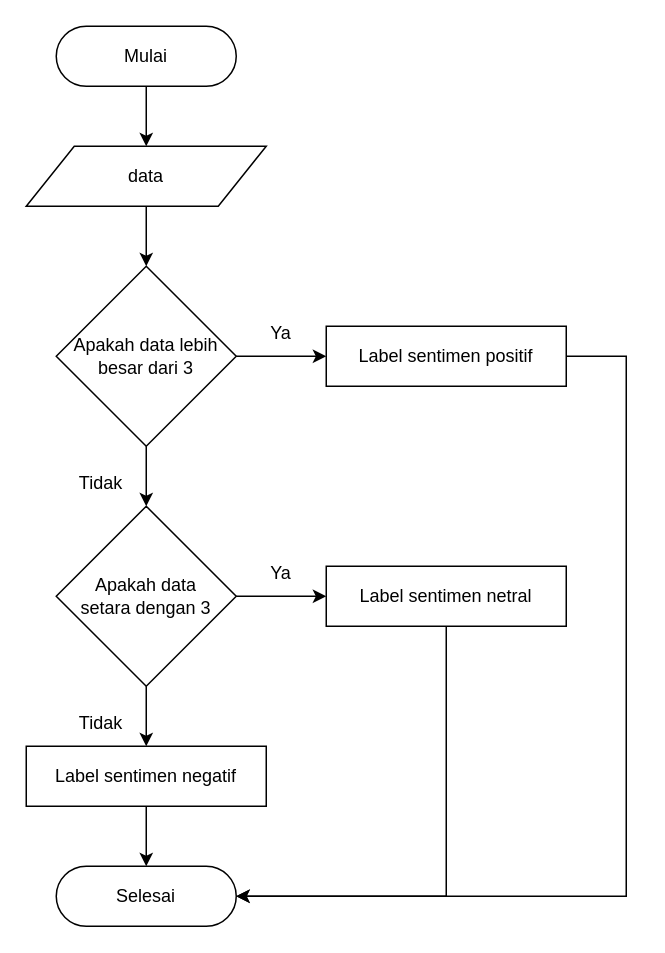
Earlier version of the draw.io diagram page "Labeling" (12 of 12) of Untitled Diagram.drawio (mksyfla/analysis-sentiment-using-svm). Source tidied: cells renumbered, new cells numbered last; positions are measured from the earlier drawing's top-left corner, leaving out a move shared by most shapes. Both pictures are drawn from the tidied source at 150%, with x=0, y=0 at pixel (26, 26).
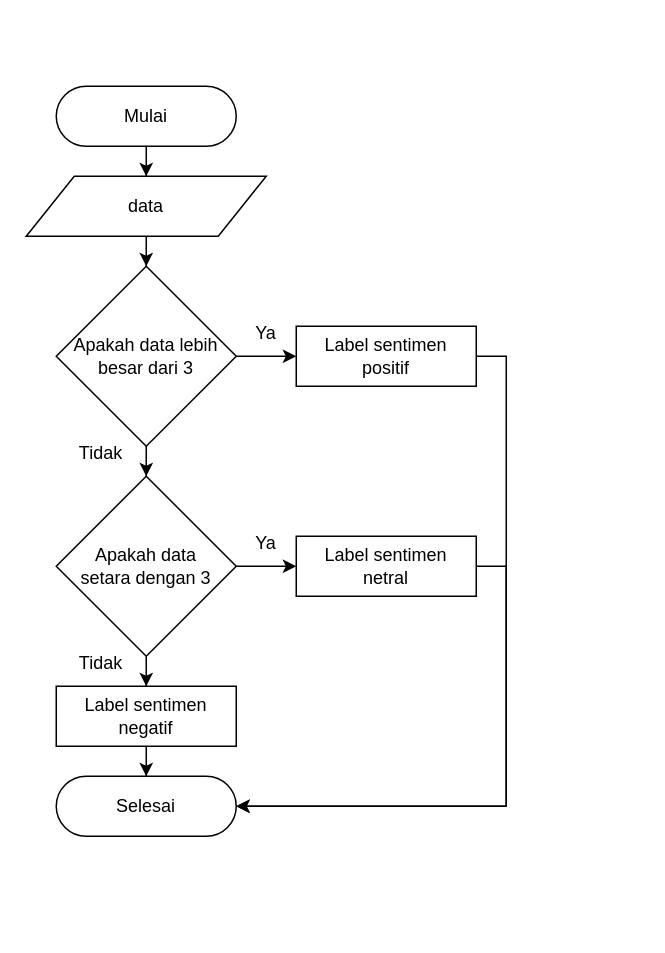
The same diagram, later.

Diff of the diagram source:
```diff
@@
     <mxCell id="3" value="Mulai" style="html=1;dashed=0;whiteSpace=wrap;shape=mxgraph.dfd.start;" parent="1" vertex="1">
-      <mxGeometry x="20" width="120" height="40" as="geometry" />
+      <mxGeometry x="20" y="40" width="120" height="40" as="geometry" />
     </mxCell>
@@
     <mxCell id="5" value="data" style="shape=parallelogram;perimeter=parallelogramPerimeter;whiteSpace=wrap;html=1;dashed=0;" parent="1" vertex="1">
-      <mxGeometry y="80" width="160" height="40" as="geometry" />
+      <mxGeometry y="100" width="160" height="40" as="geometry" />
     </mxCell>
@@
     <mxCell id="11" value="&lt;div&gt;Apakah data&lt;/div&gt;&lt;div&gt;setara dengan 3&lt;/div&gt;" style="strokeWidth=1;html=1;shape=mxgraph.flowchart.decision;whiteSpace=wrap;" parent="1" vertex="1">
-      <mxGeometry x="20" y="320" width="120" height="120" as="geometry" />
+      <mxGeometry x="20" y="300" width="120" height="120" as="geometry" />
     </mxCell>
     <mxCell id="12" value="Selesai" style="html=1;dashed=0;whiteSpace=wrap;shape=mxgraph.dfd.start;" parent="1" vertex="1">
-      <mxGeometry x="20" y="560" width="120" height="40" as="geometry" />
+      <mxGeometry x="20" y="500" width="120" height="40" as="geometry" />
     </mxCell>
@@
-    <mxCell id="14" value="Label sentimen negatif" style="html=1;dashed=0;whiteSpace=wrap;" parent="1" vertex="1">
-      <mxGeometry y="480" width="160" height="40" as="geometry" />
+    <mxCell id="14" value="&lt;div&gt;Label sentimen&lt;/div&gt;&lt;div&gt;negatif&lt;/div&gt;" style="html=1;dashed=0;whiteSpace=wrap;" parent="1" vertex="1">
+      <mxGeometry x="20" y="440" width="120" height="40" as="geometry" />
     </mxCell>
-    <mxCell id="15" value="Label sentimen netral" style="html=1;dashed=0;whiteSpace=wrap;" parent="1" vertex="1">
-      <mxGeometry x="200" y="360" width="160" height="40" as="geometry" />
+    <mxCell id="15" value="&lt;div&gt;Label sentimen&lt;/div&gt;&lt;div&gt;netral&lt;/div&gt;" style="html=1;dashed=0;whiteSpace=wrap;" parent="1" vertex="1">
+      <mxGeometry x="180" y="340" width="120" height="40" as="geometry" />
     </mxCell>
-    <mxCell id="16" value="Label sentimen positif" style="html=1;dashed=0;whiteSpace=wrap;" parent="1" vertex="1">
-      <mxGeometry x="200" y="200" width="160" height="40" as="geometry" />
+    <mxCell id="16" value="&lt;div&gt;Label sentimen&lt;/div&gt;&lt;div&gt;positif&lt;/div&gt;" style="html=1;dashed=0;whiteSpace=wrap;" parent="1" vertex="1">
+      <mxGeometry x="180" y="200" width="120" height="40" as="geometry" />
     </mxCell>
     <mxCell id="17" style="edgeStyle=orthogonalEdgeStyle;rounded=0;jettySize=auto;html=1;entryX=1;entryY=0.5;entryDx=0;entryDy=0;entryPerimeter=0;" parent="1" edge="1" source="15" target="12">
       <mxGeometry relative="1" as="geometry">
         <Array as="points">
-          <mxPoint x="280" y="580" />
+          <mxPoint x="320" y="360" />
+          <mxPoint x="320" y="520" />
         </Array>
       </mxGeometry>
     </mxCell>
     <mxCell id="18" style="edgeStyle=orthogonalEdgeStyle;rounded=0;jettySize=auto;html=1;entryX=1;entryY=0.5;entryDx=0;entryDy=0;entryPerimeter=0;" parent="1" edge="1" source="16" target="12">
       <mxGeometry relative="1" as="geometry">
         <Array as="points">
-          <mxPoint x="400" y="220" />
-          <mxPoint x="400" y="580" />
+          <mxPoint x="320" y="220" />
+          <mxPoint x="320" y="520" />
         </Array>
       </mxGeometry>
     </mxCell>
     <mxCell id="19" value="Tidak" style="text;html=1;align=center;verticalAlign=middle;whiteSpace=wrap;rounded=0;" parent="1" vertex="1">
-      <mxGeometry x="20" y="290" width="60" height="30" as="geometry" />
+      <mxGeometry x="20" y="270" width="60" height="30" as="geometry" />
     </mxCell>
     <mxCell id="20" value="Ya" style="text;html=1;align=center;verticalAlign=middle;whiteSpace=wrap;rounded=0;" parent="1" vertex="1">
-      <mxGeometry x="140" y="190" width="60" height="30" as="geometry" />
+      <mxGeometry x="130" y="190" width="60" height="30" as="geometry" />
     </mxCell>
     <mxCell id="21" value="Tidak" style="text;html=1;align=center;verticalAlign=middle;whiteSpace=wrap;rounded=0;" parent="1" vertex="1">
-      <mxGeometry x="20" y="450" width="60" height="30" as="geometry" />
+      <mxGeometry x="20" y="410" width="60" height="30" as="geometry" />
     </mxCell>
     <mxCell id="22" value="Ya" style="text;html=1;align=center;verticalAlign=middle;whiteSpace=wrap;rounded=0;" parent="1" vertex="1">
-      <mxGeometry x="140" y="350" width="60" height="30" as="geometry" />
+      <mxGeometry x="130" y="330" width="60" height="30" as="geometry" />
     </mxCell>
```
